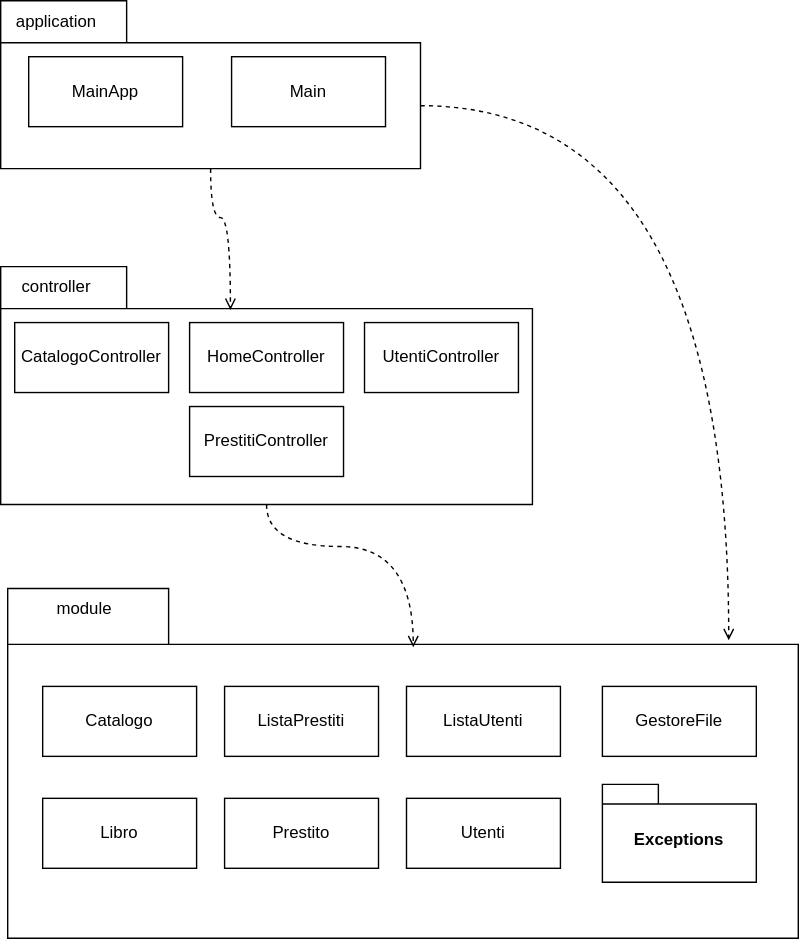
Before: Design/DiagrammaPackage.svg, a diagram exported from draw.io (doppiaaa/Progetto-Biblioteca-Ingegneria-del-Software). Source tidied: cells renumbered, new cells last; positions are measured from the earlier drawing's top-left corner, leaving out a move shared by most shapes.
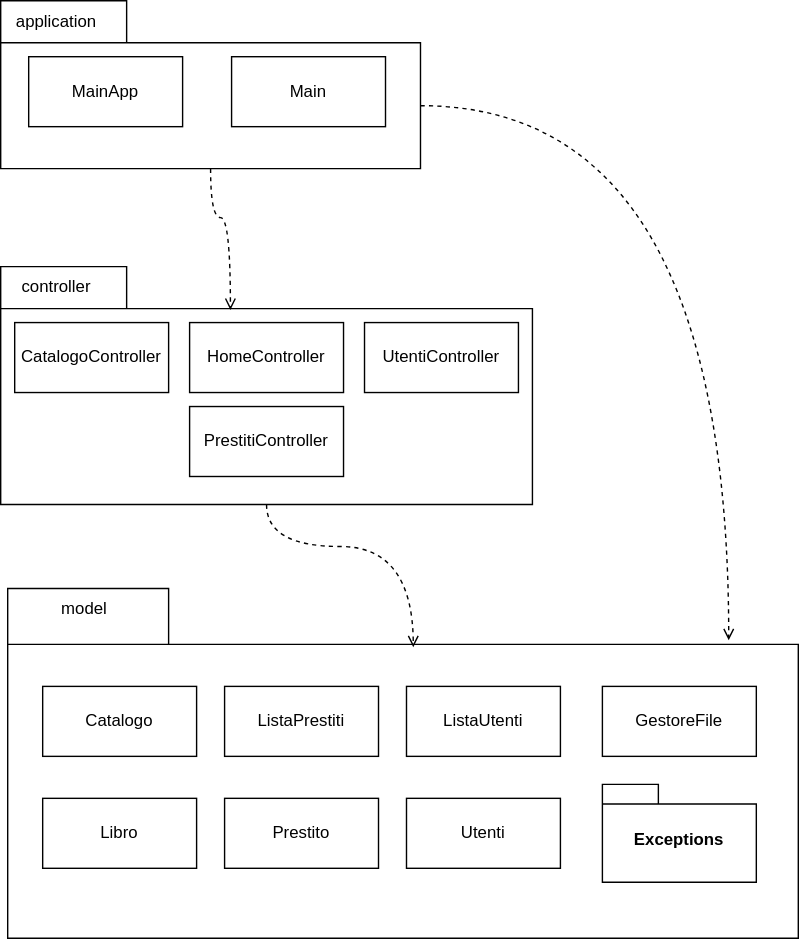
The same diagram one commit later.

Diff of the diagram source:
```diff
@@ -56,7 +56,7 @@
     <mxCell id="19" value="Exceptions" style="shape=folder;fontStyle=1;spacingTop=10;tabWidth=40;tabHeight=14;tabPosition=left;html=1;whiteSpace=wrap;" parent="1" vertex="1">
       <mxGeometry x="430" y="560" width="110" height="70" as="geometry" />
     </mxCell>
-    <mxCell id="20" value="module" style="text;html=1;whiteSpace=wrap;strokeColor=none;fillColor=none;align=center;verticalAlign=middle;rounded=0;" parent="1" vertex="1">
+    <mxCell id="20" value="model" style="text;html=1;whiteSpace=wrap;strokeColor=none;fillColor=none;align=center;verticalAlign=middle;rounded=0;" parent="1" vertex="1">
       <mxGeometry x="30" y="420" width="60" height="30" as="geometry" />
     </mxCell>
     <mxCell id="21" style="edgeStyle=orthogonalEdgeStyle;rounded=0;jettySize=auto;html=1;exitX=0.5;exitY=1;exitDx=0;exitDy=0;exitPerimeter=0;entryX=0.432;entryY=0.182;entryDx=0;entryDy=0;entryPerimeter=0;curved=1;dashed=1;endArrow=open;endFill=0;" parent="1" edge="1" source="3" target="2">
```
